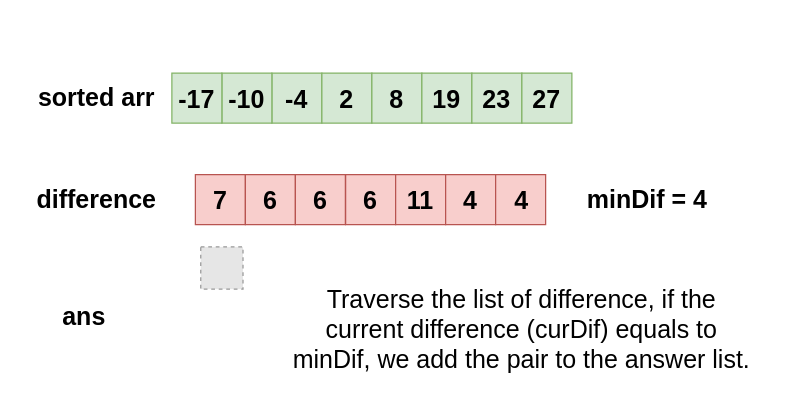
Earlier version of the draw.io diagram page "3pass_7" (12 of 29) of 1200.drawio (bakerston/Algorithm). Source tidied: cells renumbered, new cells numbered last; positions are measured from the earlier drawing's top-left corner, leaving out a move shared by most shapes. Both pictures are drawn from the tidied source at 125%, with x=0, y=0 at pixel (21, 21). Pictures stored in the file or linked from it are replaced by grey dashed boxes.
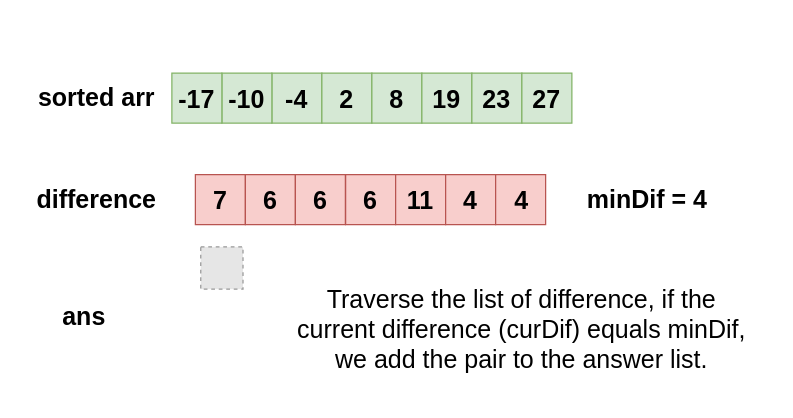
The same page after the edit.

The edit, as a diff of the source:
```diff
@@
-    <mxCell id="7" value="Traverse the list of difference, if the current difference (curDif) equals to minDif, we add the pair to the answer list." style="text;html=1;strokeColor=none;fillColor=none;align=center;verticalAlign=middle;whiteSpace=wrap;rounded=0;fontSize=20;" parent="1" vertex="1">
+    <mxCell id="7" value="Traverse the list of difference, if the current difference (curDif) equals minDif, we add the pair to the answer list." style="text;html=1;strokeColor=none;fillColor=none;align=center;verticalAlign=middle;whiteSpace=wrap;rounded=0;fontSize=20;" parent="1" vertex="1">
       <mxGeometry x="215" y="230" width="370" height="30" as="geometry" />
     </mxCell>
```
